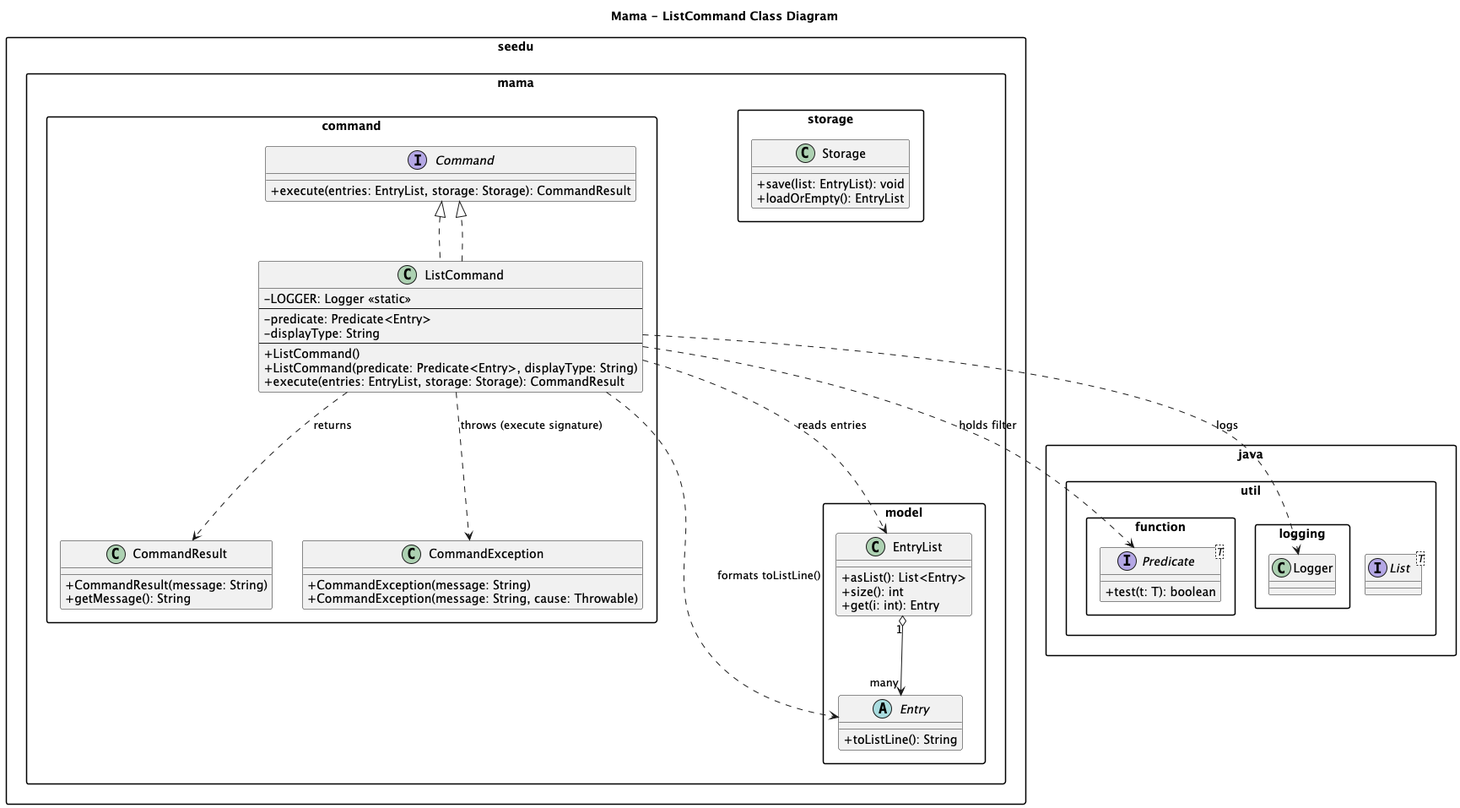
Ibrashoukry/tp keeps this PlantUML diagram as docs/images/ListCommandDiagram.png. Above is the earlier version.
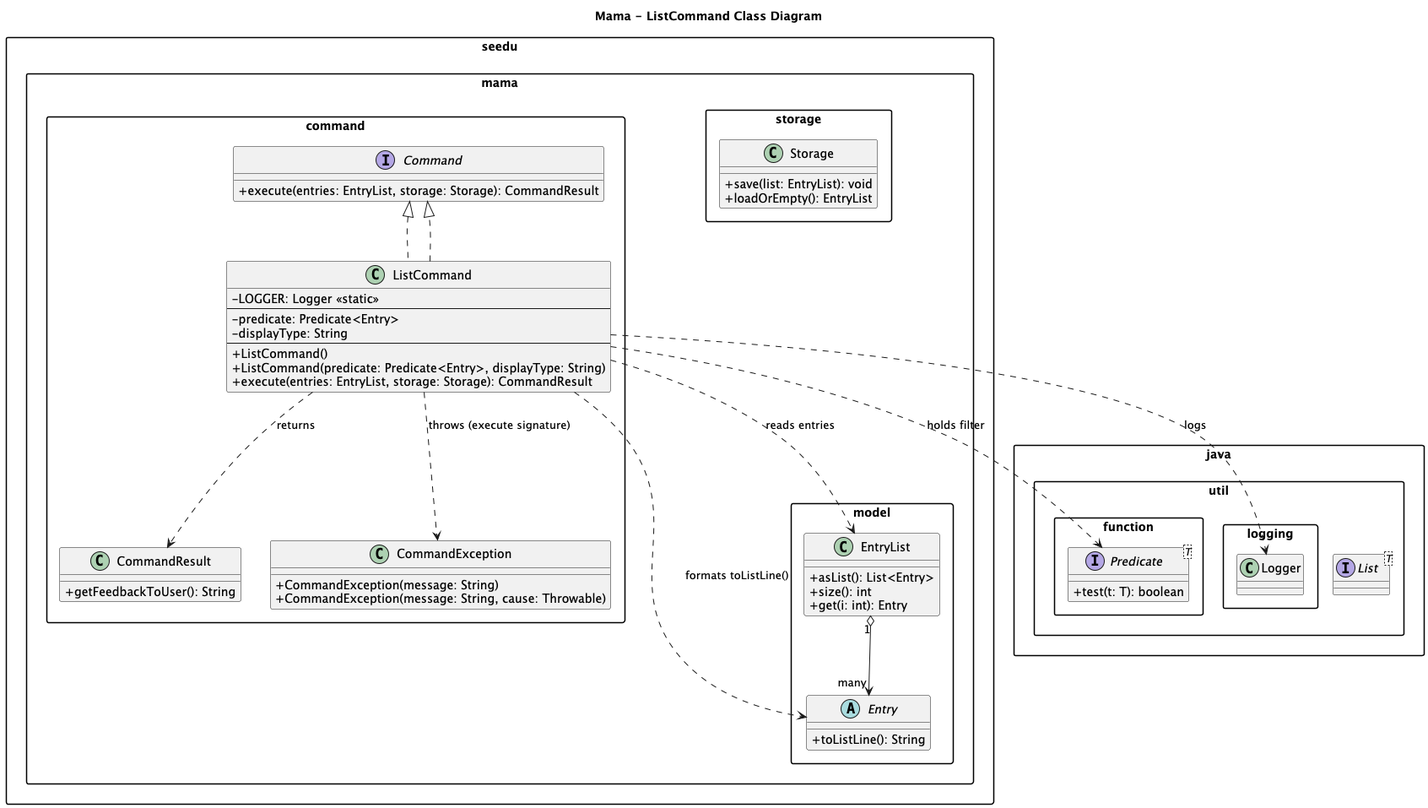
The same file after the commit.

The edit, as a diff of the source:
```diff
@@ -10,8 +10,7 @@
   }
 
   class CommandResult {
-    +CommandResult(message: String)
-    +getMessage(): String
+    +getFeedbackToUser(): String
   }
 
   class CommandException {
```
